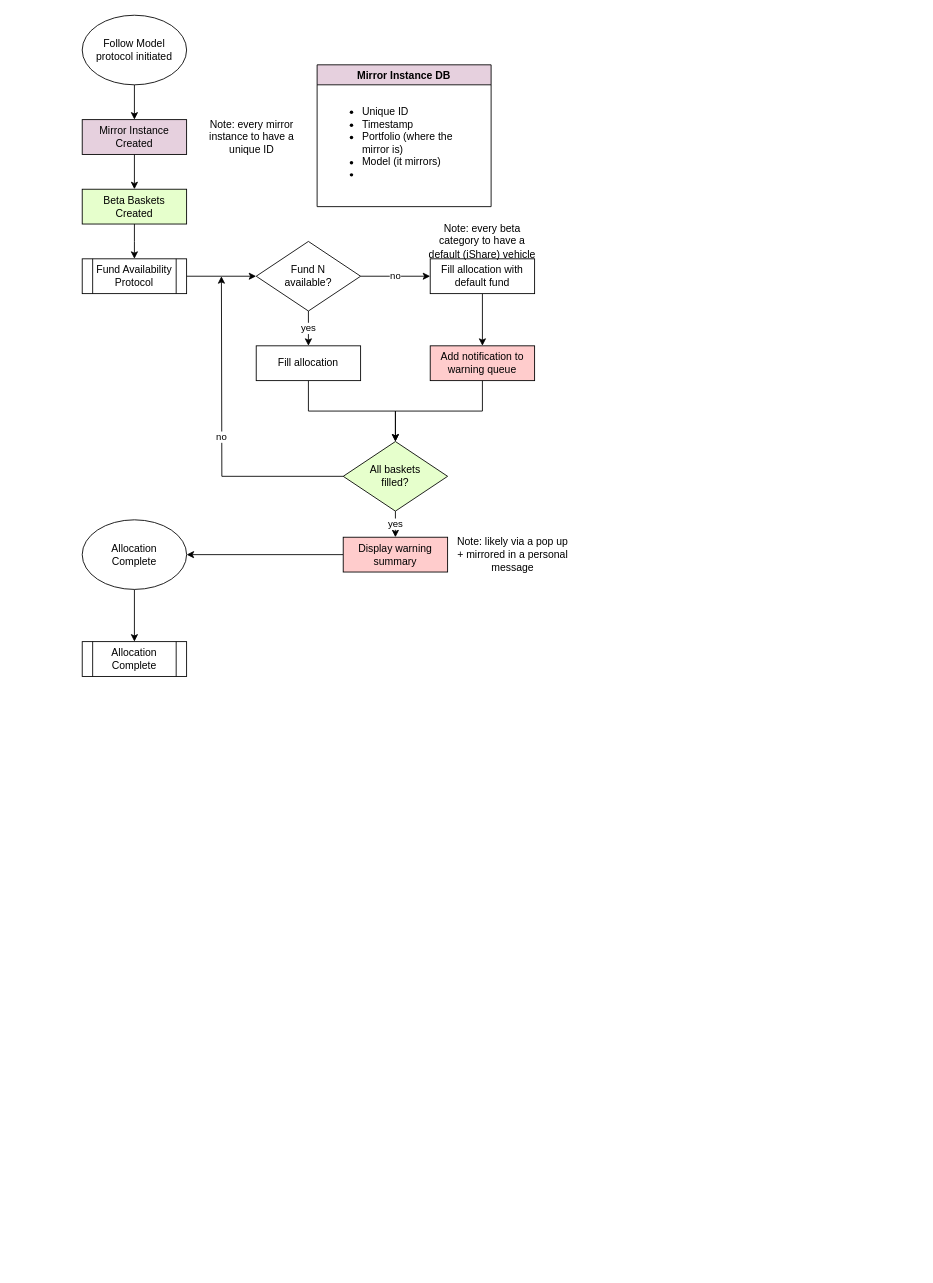
Earlier version of the draw.io diagram Untitled Diagram.drawio (omerkulov/New). Source tidied: cells renumbered, new cells numbered last; positions are measured from the earlier drawing's top-left corner, leaving out a move shared by most shapes. Both pictures are drawn from the tidied source at 87%, with x=0, y=0 at pixel (82, 15).
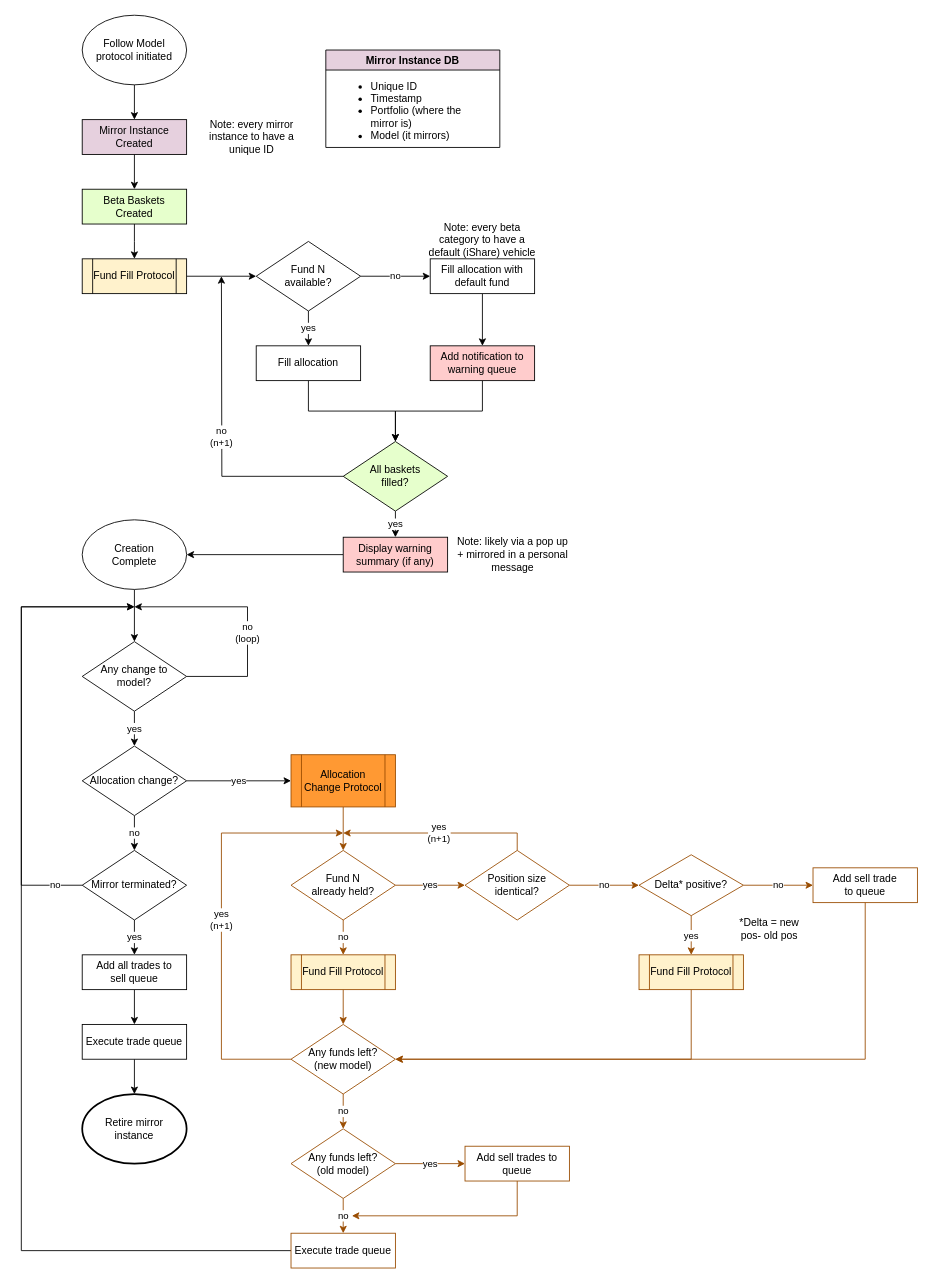
Above is the later version.

The change refers to these unchanged cells:
```xml
<mxCell id="7" value="Beta Baskets &lt;br&gt;Created" style="rounded=0;whiteSpace=wrap;html=1;fillColor=#E6FFCC;" parent="1" vertex="1">
  <mxGeometry y="200" width="120" height="40" as="geometry" />
</mxCell>
<mxCell id="12" value="Fund N&lt;br&gt;available?" style="rhombus;whiteSpace=wrap;html=1;fontFamily=Helvetica;fontSize=12;fontColor=#000000;align=center;strokeColor=#000000;fillColor=#ffffff;" parent="1" vertex="1">
  <mxGeometry x="200" y="260" width="120" height="80" as="geometry" />
</mxCell>
```

Diff of the diagram source:
```diff
@@
-    <mxCell id="3" value="Follow Model &lt;br&gt;protocol initiated" style="ellipse;whiteSpace=wrap;html=1;" parent="1" vertex="1">
+    <mxCell id="3" value="Follow Model &lt;br&gt;protocol initiated" style="ellipse;whiteSpace=wrap;html=1;fontFamily=Helvetica;fontSize=12;fontColor=#000000;align=center;strokeColor=#000000;fillColor=#ffffff;" parent="1" vertex="1">
       <mxGeometry width="120" height="80" as="geometry" />
     </mxCell>
@@
-    <mxCell id="6" style="edgeStyle=orthogonalEdgeStyle;rounded=0;jettySize=auto;html=1;" parent="1" edge="1" source="7">
-      <mxGeometry relative="1" as="geometry">
-        <mxPoint x="60" y="280" as="targetPoint" />
-      </mxGeometry>
-    </mxCell>
+    <mxCell id="32" style="edgeStyle=orthogonalEdgeStyle;rounded=0;jettySize=auto;html=1;" parent="1" edge="1" source="7">
+      <mxGeometry relative="1" as="geometry">
+        <mxPoint x="60" y="280" as="targetPoint" />
+      </mxGeometry>
+    </mxCell>
@@
-    <mxCell id="8" style="edgeStyle=orthogonalEdgeStyle;rounded=0;jettySize=auto;html=1;" parent="1" edge="1" source="9" target="12">
-      <mxGeometry relative="1" as="geometry" />
-    </mxCell>
-    <mxCell id="9" value="Fund Availability Protocol" style="shape=process;whiteSpace=wrap;html=1;backgroundOutline=1;fontFamily=Helvetica;fontSize=12;fontColor=#000000;align=center;strokeColor=#000000;fillColor=#ffffff;" parent="1" vertex="1">
-      <mxGeometry y="280" width="120" height="40" as="geometry" />
-    </mxCell>
+    <mxCell id="33" style="edgeStyle=orthogonalEdgeStyle;rounded=0;jettySize=auto;html=1;" parent="1" edge="1" source="34" target="12">
+      <mxGeometry relative="1" as="geometry" />
+    </mxCell>
+    <mxCell id="34" value="Fund Fill Protocol" style="shape=process;whiteSpace=wrap;html=1;backgroundOutline=1;fontFamily=Helvetica;fontSize=12;fontColor=#000000;align=center;strokeColor=#000000;fillColor=#FFF2CC;" parent="1" vertex="1">
+      <mxGeometry y="280" width="120" height="40" as="geometry" />
+    </mxCell>
@@
+    <mxCell id="35" value="no&lt;br&gt;(n+1)" style="edgeStyle=orthogonalEdgeStyle;rounded=0;jettySize=auto;html=1;" parent="1" edge="1" source="21">
+      <mxGeometry relative="1" as="geometry">
+        <mxPoint x="160" y="300" as="targetPoint" />
+      </mxGeometry>
+    </mxCell>
+    <mxCell id="36" value="yes" style="edgeStyle=orthogonalEdgeStyle;rounded=0;jettySize=auto;html=1;" parent="1" edge="1" source="21" target="38">
+      <mxGeometry relative="1" as="geometry" />
+    </mxCell>
+    <mxCell id="21" value="All baskets&lt;br&gt;filled?" style="rhombus;whiteSpace=wrap;html=1;fillColor=#E6FFCC;" parent="1" vertex="1">
+      <mxGeometry x="300" y="490" width="120" height="80" as="geometry" />
+    </mxCell>
+    <mxCell id="37" style="edgeStyle=orthogonalEdgeStyle;rounded=0;jettySize=auto;html=1;" parent="1" edge="1" source="38" target="40">
+      <mxGeometry relative="1" as="geometry" />
+    </mxCell>
+    <mxCell id="38" value="Display warning summary (if any)" style="rounded=0;whiteSpace=wrap;html=1;fontFamily=Helvetica;fontSize=12;fontColor=#000000;align=center;strokeColor=#000000;fillColor=#FFCCCC;" parent="1" vertex="1">
+      <mxGeometry x="300" y="600" width="120" height="40" as="geometry" />
+    </mxCell>
+    <mxCell id="39" style="edgeStyle=orthogonalEdgeStyle;rounded=0;jettySize=auto;html=1;entryX=0.5;entryY=0;entryDx=0;entryDy=0;" parent="1" edge="1" source="40" target="43">
+      <mxGeometry relative="1" as="geometry" />
+    </mxCell>
+    <mxCell id="40" value="Creation&lt;br&gt;Complete" style="ellipse;whiteSpace=wrap;html=1;fontFamily=Helvetica;fontSize=12;fontColor=#000000;align=center;strokeColor=#000000;fillColor=#ffffff;" parent="1" vertex="1">
+      <mxGeometry y="580" width="120" height="80" as="geometry" />
+    </mxCell>
+    <mxCell id="41" value="no&lt;br&gt;(loop)" style="edgeStyle=orthogonalEdgeStyle;rounded=0;jettySize=auto;html=1;exitX=1;exitY=0.5;exitDx=0;exitDy=0;" parent="1" edge="1" source="43">
+      <mxGeometry x="-0.14" relative="1" as="geometry">
+        <mxPoint x="60" y="680" as="targetPoint" />
+        <Array as="points">
+          <mxPoint x="190" y="760" />
+          <mxPoint x="190" y="680" />
+        </Array>
+      </mxGeometry>
+    </mxCell>
+    <mxCell id="42" value="yes" style="edgeStyle=orthogonalEdgeStyle;rounded=0;jettySize=auto;html=1;strokeColor=#000000;entryX=0.5;entryY=0;entryDx=0;entryDy=0;" parent="1" edge="1" source="43" target="54">
+      <mxGeometry relative="1" as="geometry" />
+    </mxCell>
+    <mxCell id="43" value="Any change to model?" style="rhombus;whiteSpace=wrap;html=1;fontFamily=Helvetica;fontSize=12;fontColor=#000000;align=center;strokeColor=#000000;fillColor=#ffffff;" parent="1" vertex="1">
+      <mxGeometry y="720" width="120" height="80" as="geometry" />
+    </mxCell>
+    <mxCell id="44" style="edgeStyle=orthogonalEdgeStyle;rounded=0;jettySize=auto;html=1;strokeColor=#000000;exitX=0;exitY=0.5;exitDx=0;exitDy=0;" parent="1" edge="1" source="82">
+      <mxGeometry x="-0.47" y="-200" relative="1" as="geometry">
+        <mxPoint x="60" y="680" as="targetPoint" />
+        <Array as="points">
+          <mxPoint x="-70" y="1420" />
+          <mxPoint x="-70" y="680" />
+        </Array>
+        <mxPoint x="-200" y="-200" as="offset" />
+      </mxGeometry>
+    </mxCell>
+    <mxCell id="45" value="yes" style="edgeStyle=orthogonalEdgeStyle;rounded=0;jettySize=auto;html=1;strokeColor=#000000;" parent="1" edge="1" source="47" target="49">
+      <mxGeometry relative="1" as="geometry" />
+    </mxCell>
+    <mxCell id="46" value="no" style="edgeStyle=orthogonalEdgeStyle;rounded=0;jettySize=auto;html=1;strokeColor=#000000;" parent="1" edge="1" source="47">
+      <mxGeometry x="-0.88" relative="1" as="geometry">
+        <mxPoint x="60" y="680" as="targetPoint" />
+        <Array as="points">
+          <mxPoint x="-70" y="1000" />
+          <mxPoint x="-70" y="680" />
+        </Array>
+      </mxGeometry>
+    </mxCell>
+    <mxCell id="47" value="Mirror terminated?" style="rhombus;whiteSpace=wrap;html=1;fontFamily=Helvetica;fontSize=12;fontColor=#000000;align=center;strokeColor=#000000;fillColor=#ffffff;" parent="1" vertex="1">
+      <mxGeometry y="960" width="120" height="80" as="geometry" />
+    </mxCell>
+    <mxCell id="48" style="edgeStyle=orthogonalEdgeStyle;rounded=0;jettySize=auto;html=1;strokeColor=#000000;" parent="1" edge="1" source="49" target="51">
+      <mxGeometry relative="1" as="geometry" />
+    </mxCell>
+    <mxCell id="49" value="Add all trades to &lt;br&gt;sell queue" style="rounded=0;whiteSpace=wrap;html=1;fontFamily=Helvetica;fontSize=12;fontColor=#000000;align=center;strokeColor=#000000;fillColor=#ffffff;" parent="1" vertex="1">
+      <mxGeometry y="1080" width="120" height="40" as="geometry" />
+    </mxCell>
+    <mxCell id="50" style="edgeStyle=orthogonalEdgeStyle;rounded=0;jettySize=auto;html=1;strokeColor=#000000;" parent="1" edge="1" source="51" target="52">
+      <mxGeometry relative="1" as="geometry" />
+    </mxCell>
+    <mxCell id="51" value="Execute trade queue" style="rounded=0;whiteSpace=wrap;html=1;fontFamily=Helvetica;fontSize=12;fontColor=#000000;align=center;strokeColor=#000000;fillColor=#ffffff;" parent="1" vertex="1">
+      <mxGeometry y="1160" width="120" height="40" as="geometry" />
+    </mxCell>
+    <mxCell id="52" value="Retire mirror &lt;br&gt;instance" style="ellipse;whiteSpace=wrap;html=1;fontFamily=Helvetica;fontSize=12;fontColor=#000000;align=center;strokeColor=#000000;strokeWidth=2;fillColor=#ffffff;" parent="1" vertex="1">
+      <mxGeometry y="1240" width="120" height="80" as="geometry" />
+    </mxCell>
+    <mxCell id="53" value="yes" style="edgeStyle=orthogonalEdgeStyle;rounded=0;jettySize=auto;html=1;exitX=1;exitY=0.5;exitDx=0;exitDy=0;" parent="1" edge="1" source="54" target="56">
+      <mxGeometry relative="1" as="geometry" />
+    </mxCell>
-    <mxCell id="19" value="no" style="edgeStyle=orthogonalEdgeStyle;rounded=0;jettySize=auto;html=1;" parent="1" edge="1" source="21">
+    <mxCell id="19" value="no" style="edgeStyle=orthogonalEdgeStyle;rounded=0;jettySize=auto;html=1;" parent="1" edge="1" source="54">
       <mxGeometry relative="1" as="geometry">
-        <mxPoint x="160" y="300" as="targetPoint" />
+        <mxPoint x="60" y="960" as="targetPoint" />
       </mxGeometry>
     </mxCell>
-    <mxCell id="20" value="yes" style="edgeStyle=orthogonalEdgeStyle;rounded=0;jettySize=auto;html=1;" parent="1" edge="1" source="21" target="23">
-      <mxGeometry relative="1" as="geometry" />
-    </mxCell>
-    <mxCell id="21" value="All baskets&lt;br&gt;filled?" style="rhombus;whiteSpace=wrap;html=1;fillColor=#E6FFCC;" parent="1" vertex="1">
-      <mxGeometry x="300" y="490" width="120" height="80" as="geometry" />
-    </mxCell>
-    <mxCell id="22" style="edgeStyle=orthogonalEdgeStyle;rounded=0;jettySize=auto;html=1;" parent="1" edge="1" source="23" target="25">
-      <mxGeometry relative="1" as="geometry" />
-    </mxCell>
-    <mxCell id="23" value="Display warning summary" style="rounded=0;whiteSpace=wrap;html=1;fontFamily=Helvetica;fontSize=12;fontColor=#000000;align=center;strokeColor=#000000;fillColor=#FFCCCC;" parent="1" vertex="1">
-      <mxGeometry x="300" y="600" width="120" height="40" as="geometry" />
-    </mxCell>
-    <mxCell id="24" style="edgeStyle=orthogonalEdgeStyle;rounded=0;jettySize=auto;html=1;" parent="1" edge="1" source="25" target="26">
-      <mxGeometry relative="1" as="geometry" />
-    </mxCell>
-    <mxCell id="25" value="Allocation &lt;br&gt;Complete" style="ellipse;whiteSpace=wrap;html=1;fontFamily=Helvetica;fontSize=12;fontColor=#000000;align=center;strokeColor=#000000;fillColor=#ffffff;" parent="1" vertex="1">
-      <mxGeometry y="580" width="120" height="80" as="geometry" />
-    </mxCell>
-    <mxCell id="26" value="Allocation &lt;br&gt;Complete" style="shape=process;whiteSpace=wrap;html=1;backgroundOutline=1;fontFamily=Helvetica;fontSize=12;fontColor=#000000;align=center;strokeColor=#000000;fillColor=#ffffff;" parent="1" vertex="1">
-      <mxGeometry y="720" width="120" height="40" as="geometry" />
-    </mxCell>
+    <mxCell id="54" value="Allocation change?" style="rhombus;whiteSpace=wrap;html=1;fontFamily=Helvetica;fontSize=12;fontColor=#000000;align=center;strokeColor=#000000;fillColor=#ffffff;" parent="1" vertex="1">
+      <mxGeometry y="840" width="120" height="80" as="geometry" />
+    </mxCell>
+    <mxCell id="55" style="edgeStyle=orthogonalEdgeStyle;rounded=0;jettySize=auto;html=1;strokeColor=#994C00;" parent="1" edge="1" source="56" target="59">
+      <mxGeometry relative="1" as="geometry" />
+    </mxCell>
+    <mxCell id="56" value="Allocation Change Protocol" style="shape=process;whiteSpace=wrap;html=1;backgroundOutline=1;fontFamily=Helvetica;fontSize=12;fontColor=#000000;align=center;strokeColor=#994C00;fillColor=#FF9933;" parent="1" vertex="1">
+      <mxGeometry x="240" y="850" width="120" height="60" as="geometry" />
+    </mxCell>
+    <mxCell id="57" value="yes" style="edgeStyle=orthogonalEdgeStyle;rounded=0;jettySize=auto;html=1;strokeColor=#994C00;" parent="1" edge="1" source="59" target="62">
+      <mxGeometry relative="1" as="geometry" />
+    </mxCell>
+    <mxCell id="58" value="no" style="edgeStyle=orthogonalEdgeStyle;rounded=0;jettySize=auto;html=1;entryX=0.5;entryY=0;entryDx=0;entryDy=0;strokeColor=#994C00;" parent="1" edge="1" source="59">
+      <mxGeometry relative="1" as="geometry">
+        <mxPoint x="300" y="1080" as="targetPoint" />
+      </mxGeometry>
+    </mxCell>
+    <mxCell id="59" value="Fund N&lt;br&gt;already held?" style="rhombus;whiteSpace=wrap;html=1;fontFamily=Helvetica;fontSize=12;fontColor=#000000;align=center;strokeColor=#994C00;fillColor=#ffffff;" parent="1" vertex="1">
+      <mxGeometry x="240" y="960" width="120" height="80" as="geometry" />
+    </mxCell>
+    <mxCell id="60" value="no" style="edgeStyle=orthogonalEdgeStyle;rounded=0;jettySize=auto;html=1;entryX=0;entryY=0.5;entryDx=0;entryDy=0;strokeColor=#994C00;" parent="1" edge="1" source="62" target="65">
+      <mxGeometry relative="1" as="geometry" />
+    </mxCell>
+    <mxCell id="61" value="yes&lt;br&gt;(n+1)" style="edgeStyle=orthogonalEdgeStyle;rounded=0;jettySize=auto;html=1;strokeColor=#994C00;" parent="1" edge="1" source="62">
+      <mxGeometry relative="1" as="geometry">
+        <mxPoint x="300" y="940" as="targetPoint" />
+        <Array as="points">
+          <mxPoint x="500" y="940" />
+        </Array>
+      </mxGeometry>
+    </mxCell>
+    <mxCell id="62" value="Position size &lt;br&gt;identical?" style="rhombus;whiteSpace=wrap;html=1;fontFamily=Helvetica;fontSize=12;fontColor=#000000;align=center;strokeColor=#994C00;fillColor=#ffffff;" parent="1" vertex="1">
+      <mxGeometry x="440" y="960" width="120" height="80" as="geometry" />
+    </mxCell>
+    <mxCell id="63" value="yes" style="edgeStyle=orthogonalEdgeStyle;rounded=0;jettySize=auto;html=1;strokeColor=#994C00;" parent="1" edge="1" source="65" target="69">
+      <mxGeometry relative="1" as="geometry" />
+    </mxCell>
+    <mxCell id="64" value="no" style="edgeStyle=orthogonalEdgeStyle;rounded=0;jettySize=auto;html=1;strokeColor=#994C00;" parent="1" edge="1" source="65" target="67">
+      <mxGeometry relative="1" as="geometry" />
+    </mxCell>
+    <mxCell id="65" value="Delta* positive?" style="rhombus;whiteSpace=wrap;html=1;fontFamily=Helvetica;fontSize=12;fontColor=#000000;align=center;strokeColor=#994C00;fillColor=#ffffff;" parent="1" vertex="1">
+      <mxGeometry x="640" y="965" width="120" height="70" as="geometry" />
+    </mxCell>
+    <mxCell id="66" style="edgeStyle=orthogonalEdgeStyle;rounded=0;jettySize=auto;html=1;strokeColor=#994C00;entryX=1;entryY=0.5;entryDx=0;entryDy=0;" parent="1" edge="1" source="67" target="74">
+      <mxGeometry relative="1" as="geometry">
+        <Array as="points">
+          <mxPoint x="900" y="1200" />
+        </Array>
+      </mxGeometry>
+    </mxCell>
+    <mxCell id="67" value="Add sell trade &lt;br&gt;to queue" style="rounded=0;whiteSpace=wrap;html=1;fontFamily=Helvetica;fontSize=12;fontColor=#000000;align=center;strokeColor=#994C00;fillColor=none;" parent="1" vertex="1">
+      <mxGeometry x="840" y="980" width="120" height="40" as="geometry" />
+    </mxCell>
+    <mxCell id="68" style="edgeStyle=orthogonalEdgeStyle;rounded=0;jettySize=auto;html=1;strokeColor=#994C00;entryX=1;entryY=0.5;entryDx=0;entryDy=0;" parent="1" edge="1" source="69" target="74">
+      <mxGeometry relative="1" as="geometry">
+        <Array as="points">
+          <mxPoint x="700" y="1200" />
+        </Array>
+      </mxGeometry>
+    </mxCell>
+    <mxCell id="69" value="Fund Fill Protocol" style="shape=process;whiteSpace=wrap;html=1;backgroundOutline=1;fontFamily=Helvetica;fontSize=12;fontColor=#000000;align=center;strokeColor=#994C00;fillColor=#FFF2CC;" parent="1" vertex="1">
+      <mxGeometry x="640" y="1080" width="120" height="40" as="geometry" />
+    </mxCell>
     <mxCell id="27" value="Note: every beta category to have a default (iShare) vehicle" style="text;html=1;strokeColor=none;fillColor=none;align=center;verticalAlign=middle;whiteSpace=wrap;rounded=0;" parent="1" vertex="1">
-      <mxGeometry x="395" y="240" width="130" height="40" as="geometry" />
+      <mxGeometry x="395" y="238" width="130" height="40" as="geometry" />
     </mxCell>
@@
     <mxCell id="30" value="Mirror Instance DB" style="swimlane;fillColor=#E6D0DE;" parent="1" vertex="1">
-      <mxGeometry x="270" y="57" width="200" height="163" as="geometry" />
+      <mxGeometry x="280" y="40" width="200" height="112" as="geometry" />
     </mxCell>
-    <mxCell id="31" value="&lt;ul&gt;&lt;li&gt;Unique ID&lt;/li&gt;&lt;li&gt;Timestamp&lt;/li&gt;&lt;li&gt;Portfolio (where the mirror is)&lt;/li&gt;&lt;li&gt;Model (it mirrors)&lt;/li&gt;&lt;li&gt;&lt;br&gt;&lt;/li&gt;&lt;/ul&gt;" style="text;html=1;strokeColor=none;fillColor=none;align=left;verticalAlign=middle;whiteSpace=wrap;rounded=0;" parent="30" vertex="1">
-      <mxGeometry x="10" y="30" width="180" height="120" as="geometry" />
+    <mxCell id="31" value="&lt;ul&gt;&lt;li&gt;Unique ID&lt;/li&gt;&lt;li&gt;Timestamp&lt;/li&gt;&lt;li&gt;Portfolio (where the mirror is)&lt;/li&gt;&lt;li&gt;Model (it mirrors)&lt;/li&gt;&lt;/ul&gt;" style="text;html=1;strokeColor=none;fillColor=none;align=left;verticalAlign=middle;whiteSpace=wrap;rounded=0;" parent="30" vertex="1">
+      <mxGeometry x="10" y="30" width="180" height="80" as="geometry" />
     </mxCell>
+    <mxCell id="70" style="edgeStyle=orthogonalEdgeStyle;rounded=0;jettySize=auto;html=1;strokeColor=#994C00;" parent="1" edge="1" source="71" target="74">
+      <mxGeometry relative="1" as="geometry" />
+    </mxCell>
+    <mxCell id="71" value="Fund Fill Protocol" style="shape=process;whiteSpace=wrap;html=1;backgroundOutline=1;fontFamily=Helvetica;fontSize=12;fontColor=#000000;align=center;strokeColor=#994C00;fillColor=#FFF2CC;" parent="1" vertex="1">
+      <mxGeometry x="240" y="1080" width="120" height="40" as="geometry" />
+    </mxCell>
+    <mxCell id="72" value="yes&lt;br&gt;(n+1)" style="edgeStyle=orthogonalEdgeStyle;rounded=0;jettySize=auto;html=1;strokeColor=#994C00;" parent="1" edge="1" source="74">
+      <mxGeometry relative="1" as="geometry">
+        <mxPoint x="300" y="940" as="targetPoint" />
+        <Array as="points">
+          <mxPoint x="160" y="1200" />
+          <mxPoint x="160" y="940" />
+        </Array>
+      </mxGeometry>
+    </mxCell>
+    <mxCell id="73" value="no" style="edgeStyle=orthogonalEdgeStyle;rounded=0;jettySize=auto;html=1;strokeColor=#994C00;entryX=0.5;entryY=0;entryDx=0;entryDy=0;" parent="1" edge="1" source="74" target="79">
+      <mxGeometry relative="1" as="geometry" />
+    </mxCell>
+    <mxCell id="74" value="Any funds left?&lt;br&gt;(new model)" style="rhombus;whiteSpace=wrap;html=1;fontFamily=Helvetica;fontSize=12;fontColor=#000000;align=center;strokeColor=#994C00;fillColor=none;" parent="1" vertex="1">
+      <mxGeometry x="240" y="1160" width="120" height="80" as="geometry" />
+    </mxCell>
+    <mxCell id="75" value="*Delta = new pos- old pos" style="text;html=1;strokeColor=none;fillColor=none;align=center;verticalAlign=middle;whiteSpace=wrap;rounded=0;" parent="1" vertex="1">
+      <mxGeometry x="750" y="1040" width="80" height="20" as="geometry" />
+    </mxCell>
+    <mxCell id="76" style="edgeStyle=orthogonalEdgeStyle;rounded=0;orthogonalLoop=1;jettySize=auto;html=1;exitX=0.5;exitY=1;exitDx=0;exitDy=0;strokeColor=#994C00;" parent="1" edge="1">
+      <mxGeometry relative="1" as="geometry">
+        <mxPoint x="300" y="1340" as="sourcePoint" />
+        <mxPoint x="300" y="1340" as="targetPoint" />
+      </mxGeometry>
+    </mxCell>
+    <mxCell id="77" value="no" style="edgeStyle=orthogonalEdgeStyle;rounded=0;jettySize=auto;html=1;strokeColor=#994C00;" parent="1" edge="1" source="79" target="82">
+      <mxGeometry relative="1" as="geometry" />
+    </mxCell>
+    <mxCell id="78" value="yes" style="edgeStyle=orthogonalEdgeStyle;rounded=0;jettySize=auto;html=1;strokeColor=#994C00;" parent="1" edge="1" source="79" target="81">
+      <mxGeometry relative="1" as="geometry" />
+    </mxCell>
+    <mxCell id="79" value="Any funds left?&lt;br&gt;(old model)" style="rhombus;whiteSpace=wrap;html=1;strokeColor=#994C00;fillColor=none;" parent="1" vertex="1">
+      <mxGeometry x="240" y="1280" width="120" height="80" as="geometry" />
+    </mxCell>
+    <mxCell id="80" style="edgeStyle=orthogonalEdgeStyle;rounded=0;jettySize=auto;html=1;strokeColor=#994C00;" parent="1" edge="1" source="81">
+      <mxGeometry relative="1" as="geometry">
+        <mxPoint x="310" y="1380" as="targetPoint" />
+        <Array as="points">
+          <mxPoint x="500" y="1380" />
+        </Array>
+      </mxGeometry>
+    </mxCell>
+    <mxCell id="81" value="Add sell trades to queue" style="rounded=0;whiteSpace=wrap;html=1;fontFamily=Helvetica;fontSize=12;fontColor=#000000;align=center;strokeColor=#994C00;" parent="1" vertex="1">
+      <mxGeometry x="440" y="1300" width="120" height="40" as="geometry" />
+    </mxCell>
+    <mxCell id="82" value="Execute trade queue" style="rounded=0;whiteSpace=wrap;html=1;fontFamily=Helvetica;fontSize=12;fontColor=#000000;align=center;strokeColor=#994C00;" parent="1" vertex="1">
+      <mxGeometry x="240" y="1400" width="120" height="40" as="geometry" />
+    </mxCell>
```
